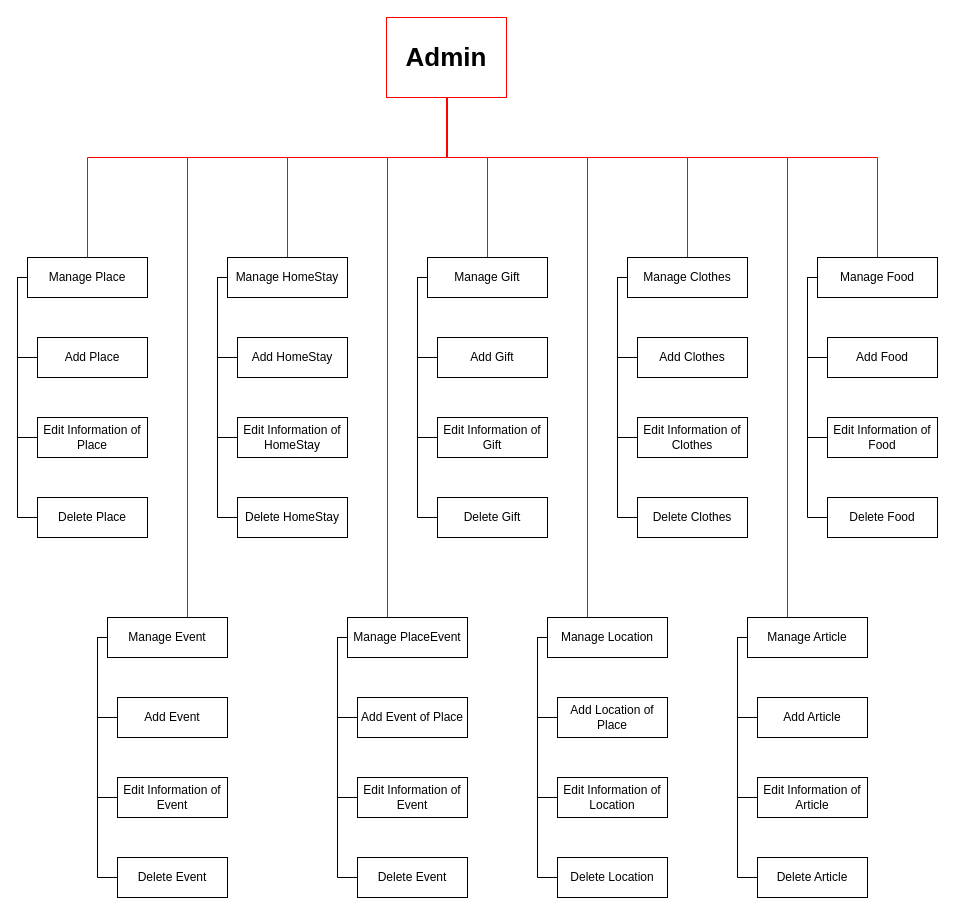
This is VisitVietnamAdminFunctional.drawio from KhoaDQ/VisitVietnamRepo, a draw.io file, before an edit. Source tidied: cells renumbered, new cells numbered last; positions are measured from the earlier drawing's top-left corner, leaving out a move shared by most shapes. Both pictures are drawn from the tidied source at 100%, with x=0, y=0 at pixel (17, 17).
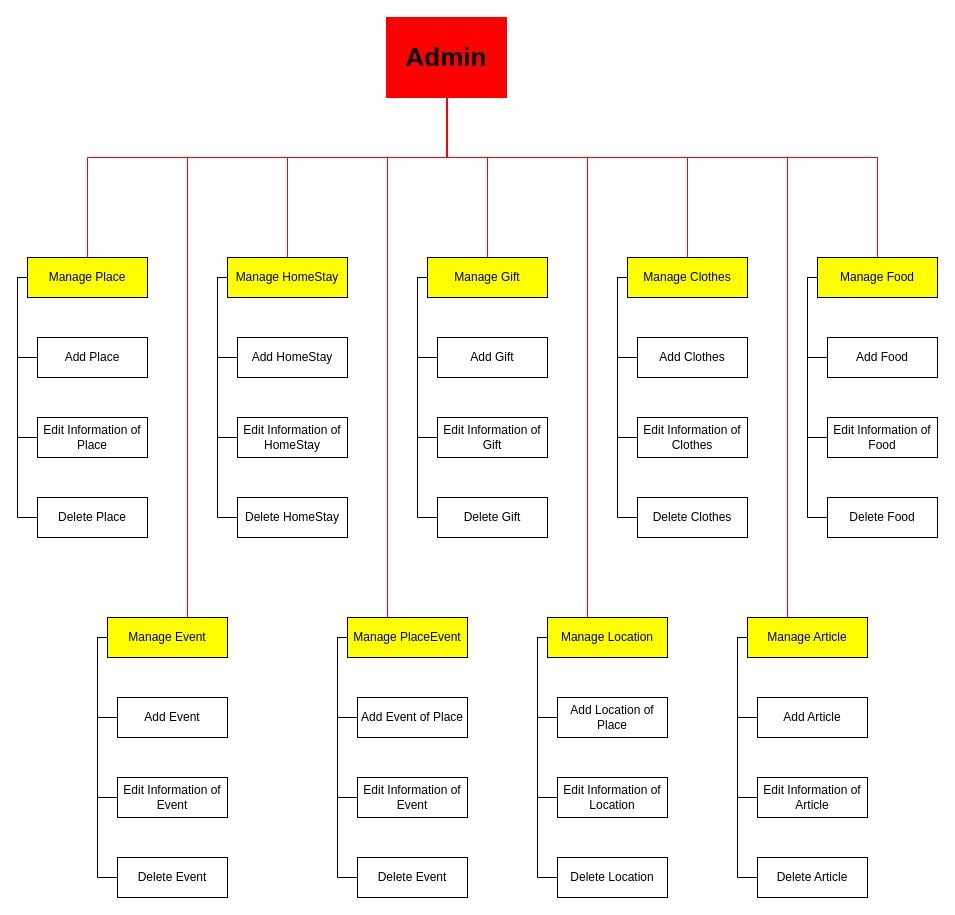
The same diagram, later.

What changed in the source:
```diff
@@
-    <mxCell id="6" value="Manage Place" style="rounded=0;whiteSpace=wrap;html=1;" parent="1" vertex="1">
+    <mxCell id="6" value="Manage Place" style="rounded=0;whiteSpace=wrap;html=1;fillColor=#FFFF00;" parent="1" vertex="1">
       <mxGeometry x="10" y="240" width="120" height="40" as="geometry" />
     </mxCell>
@@
-    <mxCell id="16" value="Admin" style="rounded=0;whiteSpace=wrap;html=1;strokeColor=#FF0000;fontStyle=1;fontSize=26;" parent="1" vertex="1">
+    <mxCell id="16" value="Admin" style="rounded=0;whiteSpace=wrap;html=1;strokeColor=#FF0000;fontStyle=1;fontSize=26;fillColor=#FF0000;" parent="1" vertex="1">
       <mxGeometry x="369" width="120" height="80" as="geometry" />
     </mxCell>
@@
-    <mxCell id="23" value="Manage HomeStay" style="rounded=0;whiteSpace=wrap;html=1;" parent="1" vertex="1">
+    <mxCell id="23" value="Manage HomeStay" style="rounded=0;whiteSpace=wrap;html=1;fillColor=#FFFF00;" parent="1" vertex="1">
       <mxGeometry x="210" y="240" width="120" height="40" as="geometry" />
     </mxCell>
@@
-    <mxCell id="30" value="Manage Gift" style="rounded=0;whiteSpace=wrap;html=1;" parent="1" vertex="1">
+    <mxCell id="30" value="Manage Gift" style="rounded=0;whiteSpace=wrap;html=1;fillColor=#FFFF00;" parent="1" vertex="1">
       <mxGeometry x="410" y="240" width="120" height="40" as="geometry" />
     </mxCell>
@@
-    <mxCell id="37" value="Manage Clothes" style="rounded=0;whiteSpace=wrap;html=1;" parent="1" vertex="1">
+    <mxCell id="37" value="Manage Clothes" style="rounded=0;whiteSpace=wrap;html=1;fillColor=#FFFF00;" parent="1" vertex="1">
       <mxGeometry x="610" y="240" width="120" height="40" as="geometry" />
     </mxCell>
@@
-    <mxCell id="44" value="Manage Event" style="rounded=0;whiteSpace=wrap;html=1;" parent="1" vertex="1">
+    <mxCell id="44" value="Manage Event" style="rounded=0;whiteSpace=wrap;html=1;fillColor=#FFFF00;" parent="1" vertex="1">
       <mxGeometry x="90" y="600" width="120" height="40" as="geometry" />
     </mxCell>
@@
-    <mxCell id="51" value="Manage PlaceEvent" style="rounded=0;whiteSpace=wrap;html=1;" parent="1" vertex="1">
+    <mxCell id="51" value="Manage PlaceEvent" style="rounded=0;whiteSpace=wrap;html=1;fillColor=#FFFF00;" parent="1" vertex="1">
       <mxGeometry x="330" y="600" width="120" height="40" as="geometry" />
     </mxCell>
@@
-    <mxCell id="58" value="Manage Location" style="rounded=0;whiteSpace=wrap;html=1;" parent="1" vertex="1">
+    <mxCell id="58" value="Manage Location" style="rounded=0;whiteSpace=wrap;html=1;fillColor=#FFFF00;" parent="1" vertex="1">
       <mxGeometry x="530" y="600" width="120" height="40" as="geometry" />
     </mxCell>
@@
-    <mxCell id="65" value="Manage Food" style="rounded=0;whiteSpace=wrap;html=1;" parent="1" vertex="1">
+    <mxCell id="65" value="Manage Food" style="rounded=0;whiteSpace=wrap;html=1;fillColor=#FFFF00;" parent="1" vertex="1">
       <mxGeometry x="800" y="240" width="120" height="40" as="geometry" />
     </mxCell>
@@
-    <mxCell id="72" value="Manage Article" style="rounded=0;whiteSpace=wrap;html=1;" parent="1" vertex="1">
+    <mxCell id="72" value="Manage Article" style="rounded=0;whiteSpace=wrap;html=1;fillColor=#FFFF00;" parent="1" vertex="1">
       <mxGeometry x="730" y="600" width="120" height="40" as="geometry" />
     </mxCell>
```
